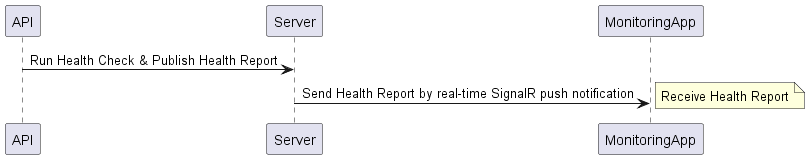
VeritasSoftware/LiveHealthChecks keeps this PlantUML diagram as Docs/SequenceDiagram.png. Above is the earlier version. Its diagram source:
```plantuml
@startuml
participant API as API
participant       Server as Server
participant       MonitoringApp as MonitoringApp
boundary    Server    as Server
boundary    MonitoringApp     as MonitoringApp
API -> Server : Run Health Check & Publish Health Report
Server -> MonitoringApp: Send Health Report by real-time SignalR push notification
note right: Receive Health Report
@enduml
```
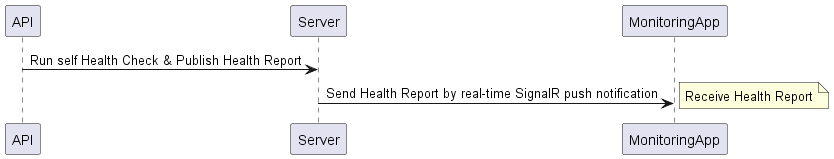
Later version of the same file.

Commit message:
updated sequence diagram

Diff of the diagram source:
```diff
@@ -4,7 +4,7 @@
 participant       MonitoringApp as MonitoringApp
 boundary    Server    as Server
 boundary    MonitoringApp     as MonitoringApp
-API -> Server : Run Health Check & Publish Health Report
+API -> Server : Run self Health Check & Publish Health Report
 Server -> MonitoringApp: Send Health Report by real-time SignalR push notification
 note right: Receive Health Report
 @enduml
```
